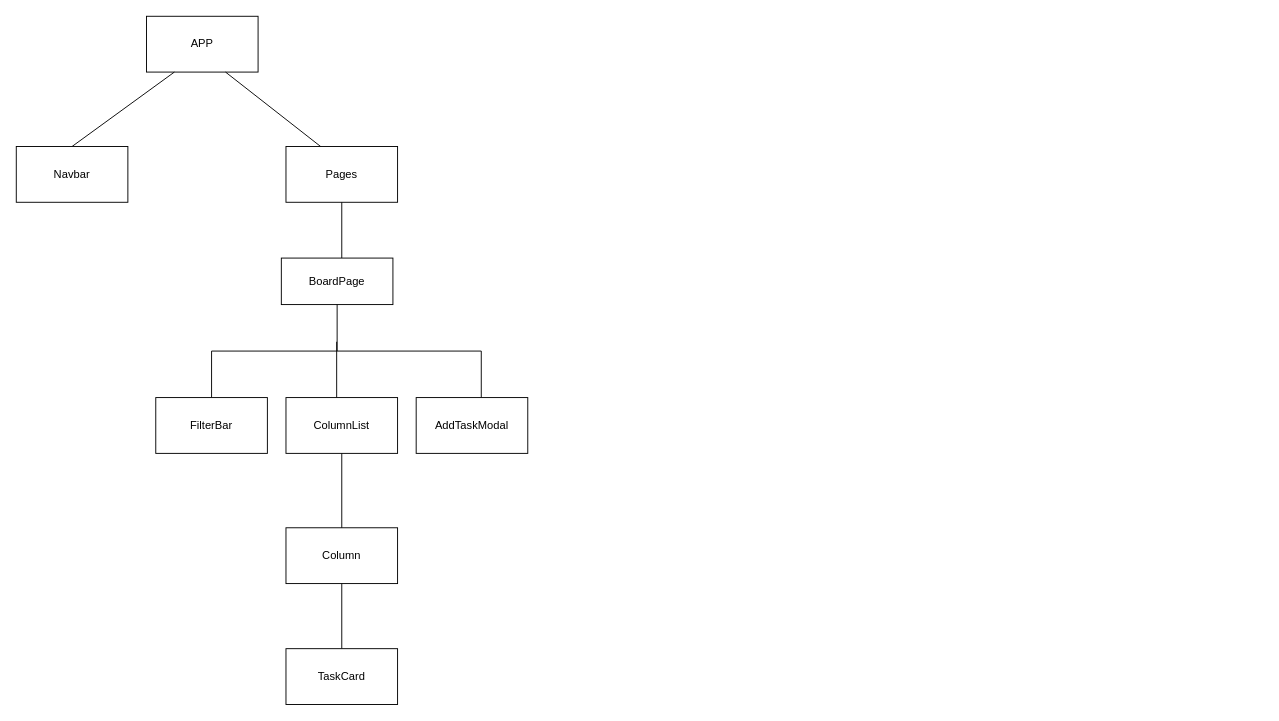
Before: docs/component-tree.drawio in dwainXDL/collab-board, a draw.io diagram. Source tidied: cells renumbered, new cells numbered last; positions are measured from the earlier drawing's top-left corner, leaving out a move shared by most shapes. Both pictures are drawn from the tidied source at 93%, with x=0, y=0 at pixel (16, 16).
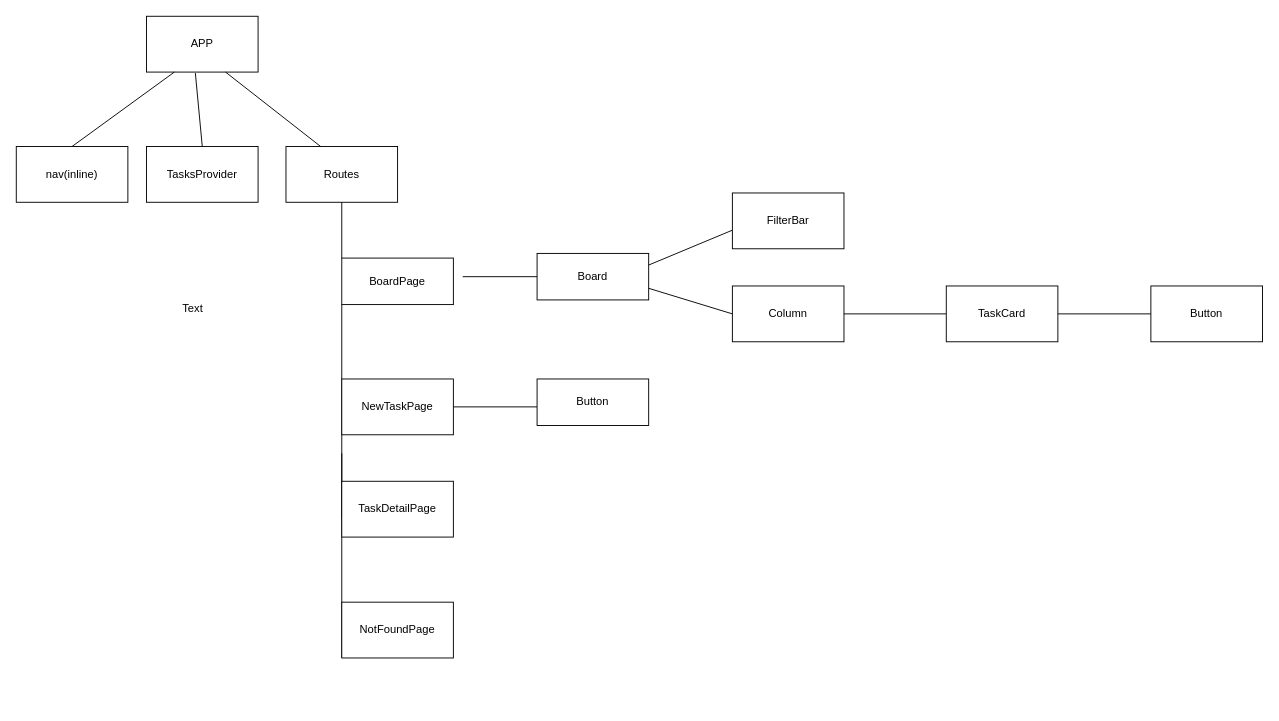
After the change.

Commit message (it also covers changes not shown here):
docs: update component tree and wireframe diagrams

The change refers to these unchanged cells:
```xml
<mxCell id="2" value="APP" style="rounded=0;whiteSpace=wrap;html=1;" parent="1" vertex="1">
  <mxGeometry x="140" width="120" height="60" as="geometry" />
</mxCell>
```

What changed in the source:
```diff
@@
-    <mxCell id="5" value="Navbar" style="rounded=0;whiteSpace=wrap;html=1;" parent="1" vertex="1">
-      <mxGeometry y="140" width="120" height="60" as="geometry" />
-    </mxCell>
-    <mxCell id="6" value="Pages" style="rounded=0;whiteSpace=wrap;html=1;" parent="1" vertex="1">
+    <mxCell id="6" value="Routes" style="rounded=0;whiteSpace=wrap;html=1;" parent="1" vertex="1">
       <mxGeometry x="290" y="140" width="120" height="60" as="geometry" />
     </mxCell>
@@
     <mxCell id="8" value="BoardPage" style="rounded=0;whiteSpace=wrap;html=1;" parent="1" vertex="1">
-      <mxGeometry x="285" y="260" width="120" height="50" as="geometry" />
+      <mxGeometry x="350" y="260" width="120" height="50" as="geometry" />
     </mxCell>
-    <mxCell id="9" style="endArrow=none;html=1;rounded=0;" parent="1" edge="1" target="8">
-      <mxGeometry relative="1" as="geometry">
-        <mxPoint x="345" y="360" as="sourcePoint" />
-      </mxGeometry>
-    </mxCell>
-    <mxCell id="10" style="endArrow=none;html=1;rounded=0;" parent="1" edge="1">
-      <mxGeometry relative="1" as="geometry">
-        <mxPoint x="500" y="360" as="sourcePoint" />
-        <mxPoint x="210" y="360" as="targetPoint" />
-      </mxGeometry>
-    </mxCell>
-    <mxCell id="11" style="endArrow=none;html=1;rounded=0;" parent="1" edge="1">
-      <mxGeometry relative="1" as="geometry">
-        <mxPoint x="210" y="410" as="sourcePoint" />
-        <mxPoint x="210" y="360" as="targetPoint" />
-      </mxGeometry>
-    </mxCell>
-    <mxCell id="12" style="endArrow=none;html=1;rounded=0;" parent="1" edge="1">
-      <mxGeometry relative="1" as="geometry">
-        <mxPoint x="344.5" y="410" as="sourcePoint" />
-        <mxPoint x="344.5" y="350" as="targetPoint" />
-      </mxGeometry>
-    </mxCell>
-    <mxCell id="13" style="endArrow=none;html=1;rounded=0;" parent="1" edge="1">
-      <mxGeometry relative="1" as="geometry">
-        <mxPoint x="500" y="410" as="sourcePoint" />
-        <mxPoint x="500" y="360" as="targetPoint" />
-      </mxGeometry>
-    </mxCell>
+    <mxCell id="17" style="endArrow=none;html=1;rounded=0;entryX=0.5;entryY=1;entryDx=0;entryDy=0;" parent="1" edge="1">
+      <mxGeometry relative="1" as="geometry">
+        <mxPoint x="350" y="560" as="sourcePoint" />
+        <mxPoint x="350" y="470" as="targetPoint" />
+      </mxGeometry>
+    </mxCell>
+    <mxCell id="21" value="nav(inline)" style="rounded=0;whiteSpace=wrap;html=1;" parent="1" vertex="1">
+      <mxGeometry y="140" width="120" height="60" as="geometry" />
+    </mxCell>
+    <mxCell id="22" style="endArrow=none;html=1;rounded=0;entryX=0.438;entryY=1.017;entryDx=0;entryDy=0;entryPerimeter=0;exitX=0.5;exitY=0;exitDx=0;exitDy=0;" parent="1" edge="1" source="23" target="2">
+      <mxGeometry relative="1" as="geometry" />
+    </mxCell>
+    <mxCell id="23" value="TasksProvider" style="rounded=0;whiteSpace=wrap;html=1;" parent="1" vertex="1">
+      <mxGeometry x="140" y="140" width="120" height="60" as="geometry" />
+    </mxCell>
+    <mxCell id="24" style="endArrow=none;html=1;rounded=0;entryX=0;entryY=1;entryDx=0;entryDy=0;" parent="1" edge="1" target="8">
+      <mxGeometry relative="1" as="geometry">
+        <mxPoint x="350" y="540" as="sourcePoint" />
+      </mxGeometry>
+    </mxCell>
+    <mxCell id="25" value="NewTaskPage" style="rounded=0;whiteSpace=wrap;html=1;" parent="1" vertex="1">
+      <mxGeometry x="350" y="390" width="120" height="60" as="geometry" />
+    </mxCell>
+    <mxCell id="26" value="TaskDetailPage" style="rounded=0;whiteSpace=wrap;html=1;" parent="1" vertex="1">
+      <mxGeometry x="350" y="500" width="120" height="60" as="geometry" />
+    </mxCell>
+    <mxCell id="27" style="endArrow=none;html=1;rounded=0;entryX=0;entryY=1;entryDx=0;entryDy=0;exitX=0;exitY=1;exitDx=0;exitDy=0;" parent="1" edge="1" source="28" target="26">
+      <mxGeometry relative="1" as="geometry" />
+    </mxCell>
+    <mxCell id="28" value="NotFoundPage" style="rounded=0;whiteSpace=wrap;html=1;" parent="1" vertex="1">
+      <mxGeometry x="350" y="630" width="120" height="60" as="geometry" />
+    </mxCell>
+    <mxCell id="29" style="endArrow=none;html=1;rounded=0;entryX=0;entryY=0.5;entryDx=0;entryDy=0;" parent="1" edge="1" target="30">
+      <mxGeometry relative="1" as="geometry">
+        <mxPoint x="480" y="280" as="sourcePoint" />
+      </mxGeometry>
+    </mxCell>
+    <mxCell id="30" value="Board" style="rounded=0;whiteSpace=wrap;html=1;" parent="1" vertex="1">
+      <mxGeometry x="560" y="255" width="120" height="50" as="geometry" />
+    </mxCell>
+    <mxCell id="31" style="endArrow=none;html=1;rounded=0;exitX=1;exitY=0.5;exitDx=0;exitDy=0;" parent="1" edge="1" source="25">
+      <mxGeometry relative="1" as="geometry">
+        <mxPoint x="560" y="420" as="targetPoint" />
+      </mxGeometry>
+    </mxCell>
+    <mxCell id="32" value="Button" style="rounded=0;whiteSpace=wrap;html=1;" parent="1" vertex="1">
+      <mxGeometry x="560" y="390" width="120" height="50" as="geometry" />
+    </mxCell>
+    <mxCell id="33" style="endArrow=none;html=1;rounded=0;exitX=1;exitY=0.25;exitDx=0;exitDy=0;" parent="1" edge="1" source="30">
+      <mxGeometry relative="1" as="geometry">
+        <mxPoint x="770" y="230" as="targetPoint" />
+      </mxGeometry>
+    </mxCell>
+    <mxCell id="34" style="endArrow=none;html=1;rounded=0;exitX=1;exitY=0.75;exitDx=0;exitDy=0;" parent="1" edge="1" source="30">
+      <mxGeometry relative="1" as="geometry">
+        <mxPoint x="770" y="320" as="targetPoint" />
+      </mxGeometry>
+    </mxCell>
     <mxCell id="14" value="FilterBar" style="rounded=0;whiteSpace=wrap;html=1;" parent="1" vertex="1">
-      <mxGeometry x="150" y="410" width="120" height="60" as="geometry" />
+      <mxGeometry x="770" y="190" width="120" height="60" as="geometry" />
     </mxCell>
-    <mxCell id="15" value="ColumnList" style="rounded=0;whiteSpace=wrap;html=1;" parent="1" vertex="1">
-      <mxGeometry x="290" y="410" width="120" height="60" as="geometry" />
-    </mxCell>
-    <mxCell id="16" value="AddTaskModal" style="rounded=0;whiteSpace=wrap;html=1;" parent="1" vertex="1">
-      <mxGeometry x="430" y="410" width="120" height="60" as="geometry" />
-    </mxCell>
-    <mxCell id="17" style="endArrow=none;html=1;rounded=0;entryX=0.5;entryY=1;entryDx=0;entryDy=0;" parent="1" edge="1" target="15">
-      <mxGeometry relative="1" as="geometry">
-        <mxPoint x="350" y="560" as="sourcePoint" />
-      </mxGeometry>
-    </mxCell>
     <mxCell id="18" value="Column" style="rounded=0;whiteSpace=wrap;html=1;" parent="1" vertex="1">
-      <mxGeometry x="290" y="550" width="120" height="60" as="geometry" />
+      <mxGeometry x="770" y="290" width="120" height="60" as="geometry" />
     </mxCell>
-    <mxCell id="19" style="endArrow=none;html=1;rounded=0;exitX=0.5;exitY=1;exitDx=0;exitDy=0;" parent="1" edge="1" source="18">
-      <mxGeometry relative="1" as="geometry">
-        <mxPoint x="350" y="680" as="targetPoint" />
-      </mxGeometry>
-    </mxCell>
+    <mxCell id="35" style="endArrow=none;html=1;rounded=0;exitX=1;exitY=0.5;exitDx=0;exitDy=0;" parent="1" edge="1" source="18">
+      <mxGeometry relative="1" as="geometry">
+        <mxPoint x="1000" y="320" as="targetPoint" />
+      </mxGeometry>
+    </mxCell>
     <mxCell id="20" value="TaskCard" style="rounded=0;whiteSpace=wrap;html=1;" parent="1" vertex="1">
-      <mxGeometry x="290" y="680" width="120" height="60" as="geometry" />
+      <mxGeometry x="1000" y="290" width="120" height="60" as="geometry" />
     </mxCell>
+    <mxCell id="36" style="endArrow=none;html=1;rounded=0;exitX=1;exitY=0.5;exitDx=0;exitDy=0;" parent="1" edge="1" source="20" target="37">
+      <mxGeometry relative="1" as="geometry" />
+    </mxCell>
+    <mxCell id="37" value="Button" style="rounded=0;whiteSpace=wrap;html=1;" parent="1" vertex="1">
+      <mxGeometry x="1220" y="290" width="120" height="60" as="geometry" />
+    </mxCell>
+    <mxCell id="38" value="Text" style="text;html=1;whiteSpace=wrap;strokeColor=none;fillColor=none;align=center;verticalAlign=middle;rounded=0;" parent="1" vertex="1">
+      <mxGeometry x="160" y="300" width="60" height="30" as="geometry" />
+    </mxCell>
```
